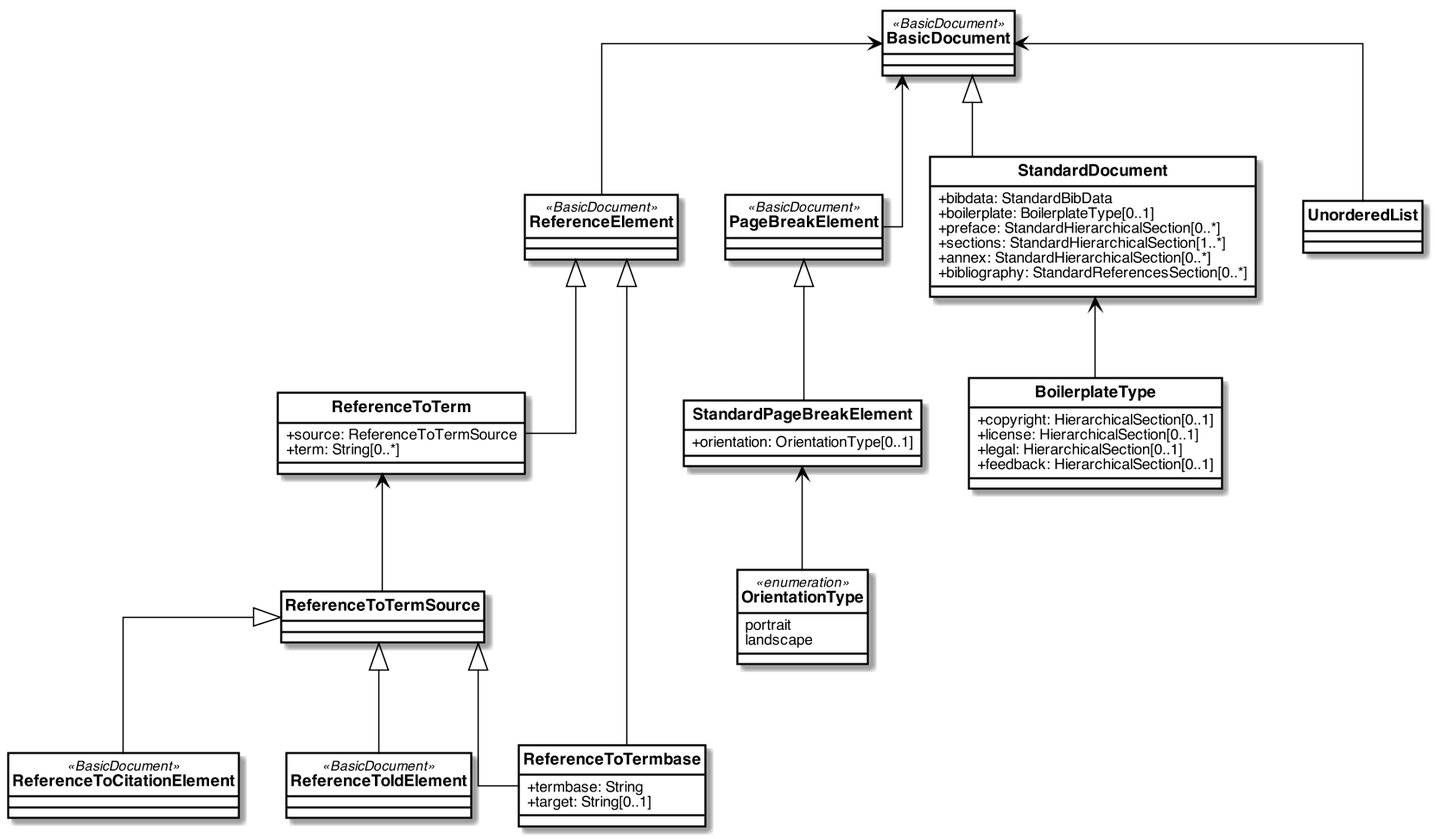
Earlier version of the PlantUML export standoc/images/StandardDoc_StandardDocument.png (metanorma/standoc-models).
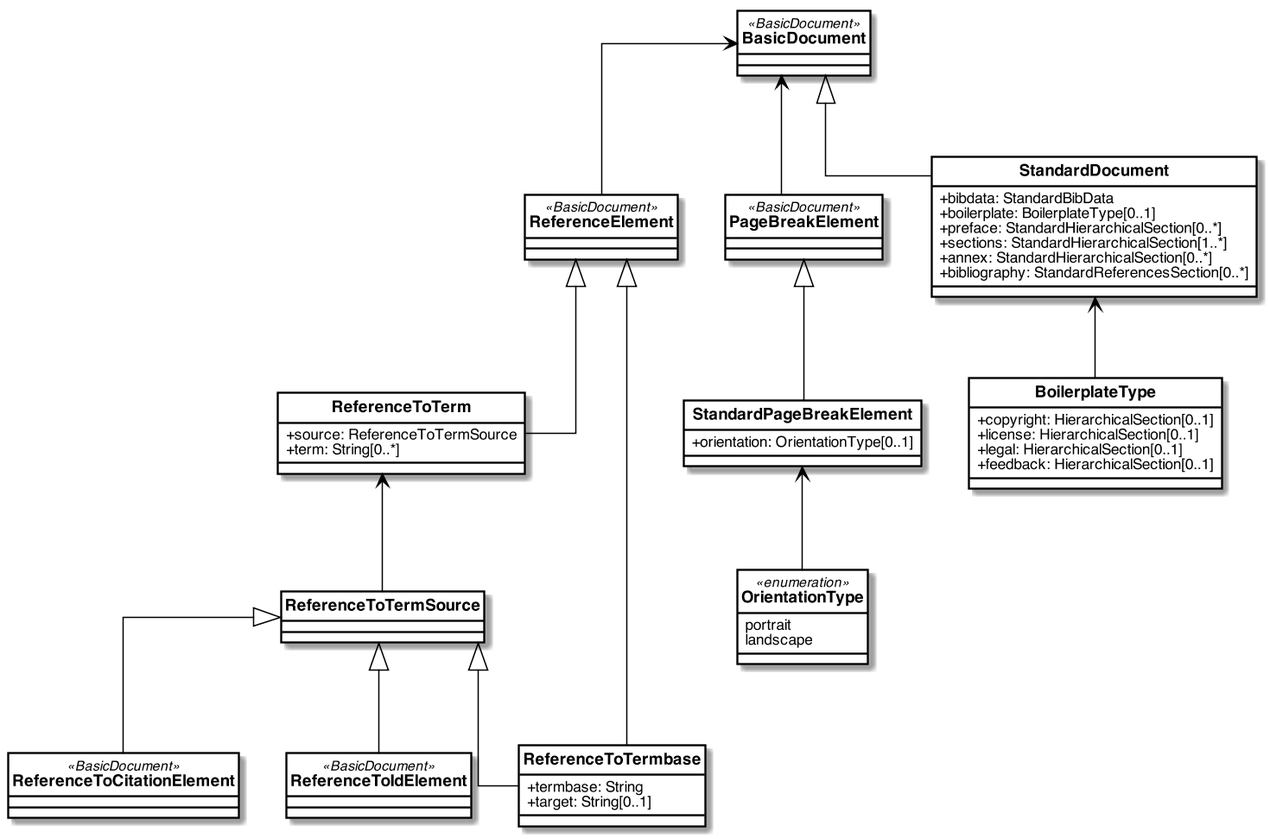
After the change.

What changed in the source:
```diff
@@ -98,7 +98,6 @@
 StandardDocument <-- BoilerplateType
 BasicDocument <-- ReferenceElement
 BasicDocument <-- PageBreakElement
-BasicDocument <-- UnorderedList
 PageBreakElement <|-- StandardPageBreakElement
 ReferenceElement <|-- ReferenceToTerm
 ReferenceElement <|-- ReferenceToTermbase
```
